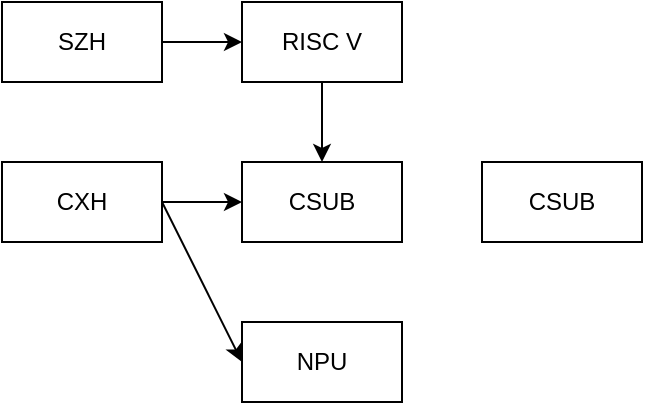
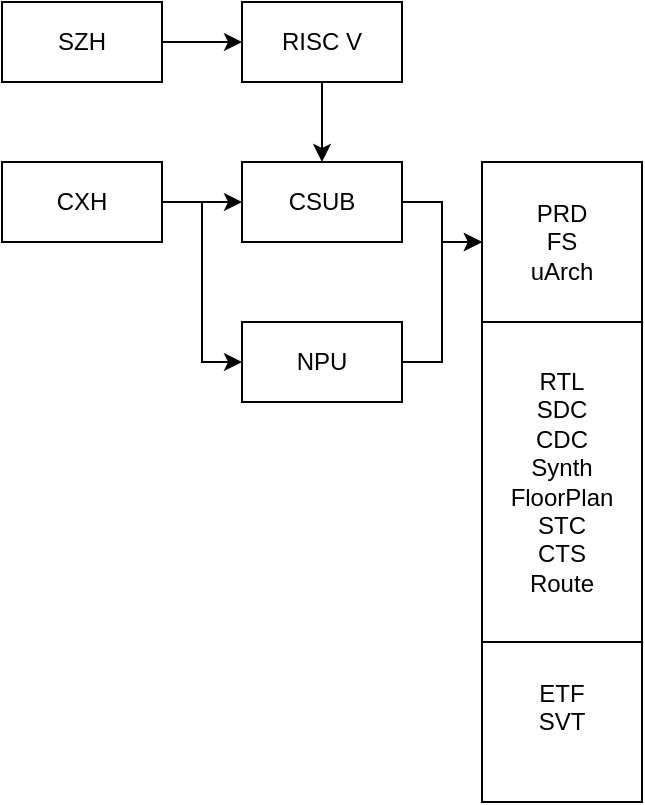
<mxfile host="app.diagrams.net" agent="Mozilla/5.0 (Macintosh; Intel Mac OS X 10_15_7) AppleWebKit/537.36 (KHTML, like Gecko) Chrome/125.0.0.0 Safari/537.36" border="50" scale="3" compressed="false" locked="false">
  <diagram id="YmL12bMKpDGza6XwsDPr" name="第 1 页">
    <mxGraphModel dx="1408" dy="756" grid="1" gridSize="10" guides="1" tooltips="1" connect="1" arrows="1" fold="1" page="0" pageScale="1" pageWidth="827" pageHeight="1169" math="1" shadow="0">
      <root>
        <mxCell id="X5NqExCQtvZxIxQ7pmgY-0" />
        <mxCell id="1" parent="X5NqExCQtvZxIxQ7pmgY-0" />
        <mxCell id="rQvUUtji4W4iaLh92UM--3" edge="1" parent="1" source="rQvUUtji4W4iaLh92UM--1" style="edgeStyle=orthogonalEdgeStyle;rounded=0;orthogonalLoop=1;jettySize=auto;html=1;" target="rQvUUtji4W4iaLh92UM--2" value="">
          <mxGeometry relative="1" as="geometry" />
        </mxCell>
        <mxCell id="rQvUUtji4W4iaLh92UM--1" parent="1" style="rounded=0;whiteSpace=wrap;html=1;" value="SZH" vertex="1">
          <mxGeometry height="40" width="80" x="320" y="320" as="geometry" />
        </mxCell>
        <mxCell id="rQvUUtji4W4iaLh92UM--7" edge="1" parent="1" source="rQvUUtji4W4iaLh92UM--2" style="edgeStyle=orthogonalEdgeStyle;rounded=0;orthogonalLoop=1;jettySize=auto;html=1;" target="rQvUUtji4W4iaLh92UM--5" value="">
          <mxGeometry relative="1" as="geometry" />
        </mxCell>
        <mxCell id="rQvUUtji4W4iaLh92UM--2" parent="1" style="rounded=0;whiteSpace=wrap;html=1;" value="RISC V" vertex="1">
          <mxGeometry height="40" width="80" x="440" y="320" as="geometry" />
        </mxCell>
        <mxCell id="rQvUUtji4W4iaLh92UM--8" edge="1" parent="1" source="rQvUUtji4W4iaLh92UM--4" style="edgeStyle=orthogonalEdgeStyle;rounded=0;orthogonalLoop=1;jettySize=auto;html=1;" target="rQvUUtji4W4iaLh92UM--5" value="">
          <mxGeometry relative="1" as="geometry" />
        </mxCell>
        <mxCell id="rQvUUtji4W4iaLh92UM--4" parent="1" style="rounded=0;whiteSpace=wrap;html=1;" value="CXH" vertex="1">
          <mxGeometry height="40" width="80" x="320" y="400" as="geometry" />
        </mxCell>
+         <mxCell id="rQvUUtji4W4iaLh92UM--14" edge="1" parent="1" source="rQvUUtji4W4iaLh92UM--5" style="edgeStyle=orthogonalEdgeStyle;rounded=0;orthogonalLoop=1;jettySize=auto;html=1;" target="rQvUUtji4W4iaLh92UM--10" value="">
+           <mxGeometry relative="1" as="geometry" />
+         </mxCell>
        <mxCell id="rQvUUtji4W4iaLh92UM--5" parent="1" style="rounded=0;whiteSpace=wrap;html=1;" value="CSUB" vertex="1">
          <mxGeometry height="40" width="80" x="440" y="400" as="geometry" />
+         </mxCell>
+         <mxCell id="rQvUUtji4W4iaLh92UM--15" edge="1" parent="1" source="rQvUUtji4W4iaLh92UM--6" style="edgeStyle=orthogonalEdgeStyle;rounded=0;orthogonalLoop=1;jettySize=auto;html=1;exitX=1;exitY=0.5;exitDx=0;exitDy=0;" value="">
+           <mxGeometry relative="1" as="geometry">
+             <Array as="points">
+               <mxPoint x="540" y="500" />
+               <mxPoint x="540" y="440" />
+             </Array>
+             <mxPoint x="340" y="680" as="sourcePoint" />
+             <mxPoint x="560" y="440" as="targetPoint" />
+           </mxGeometry>
        </mxCell>
        <mxCell id="rQvUUtji4W4iaLh92UM--6" parent="1" style="rounded=0;whiteSpace=wrap;html=1;" value="NPU" vertex="1">
          <mxGeometry height="40" width="80" x="440" y="480" as="geometry" />
        </mxCell>
-         <mxCell id="rQvUUtji4W4iaLh92UM--9" edge="1" parent="1" source="rQvUUtji4W4iaLh92UM--4" style="endArrow=classic;html=1;rounded=0;exitX=1;exitY=0.5;exitDx=0;exitDy=0;entryX=0;entryY=0.5;entryDx=0;entryDy=0;" target="rQvUUtji4W4iaLh92UM--6" value="">
+         <mxCell id="rQvUUtji4W4iaLh92UM--9" edge="1" parent="1" source="rQvUUtji4W4iaLh92UM--4" style="endArrow=classic;html=1;rounded=0;exitX=1;exitY=0.5;exitDx=0;exitDy=0;entryX=0;entryY=0.5;entryDx=0;entryDy=0;edgeStyle=orthogonalEdgeStyle;" target="rQvUUtji4W4iaLh92UM--6" value="">
          <mxGeometry height="50" relative="1" width="50" as="geometry">
            <mxPoint x="390" y="410" as="sourcePoint" />
            <mxPoint x="440" y="360" as="targetPoint" />
          </mxGeometry>
        </mxCell>
-         <mxCell id="rQvUUtji4W4iaLh92UM--10" parent="1" style="rounded=0;whiteSpace=wrap;html=1;" value="CSUB" vertex="1">
-           <mxGeometry height="40" width="80" x="560" y="400" as="geometry" />
+         <mxCell id="rQvUUtji4W4iaLh92UM--13" connectable="0" parent="1" style="group" value="" vertex="1">
+           <mxGeometry height="320" width="80" x="560" y="400" as="geometry" />
+         </mxCell>
+         <mxCell id="rQvUUtji4W4iaLh92UM--10" parent="rQvUUtji4W4iaLh92UM--13" style="rounded=0;whiteSpace=wrap;html=1;" value="PRD&lt;div&gt;FS&lt;/div&gt;&lt;div&gt;uArch&lt;/div&gt;" vertex="1">
+           <mxGeometry height="80" width="80" as="geometry" />
+         </mxCell>
+         <mxCell id="rQvUUtji4W4iaLh92UM--11" parent="rQvUUtji4W4iaLh92UM--13" style="rounded=0;whiteSpace=wrap;html=1;" value="RTL&lt;div&gt;SDC&lt;/div&gt;&lt;div&gt;CDC&lt;/div&gt;&lt;div&gt;Synth&lt;br&gt;FloorPlan&lt;/div&gt;&lt;div&gt;STC&lt;/div&gt;&lt;div&gt;CTS&lt;/div&gt;&lt;div&gt;Route&lt;/div&gt;" vertex="1">
+           <mxGeometry height="160" width="80" y="80" as="geometry" />
+         </mxCell>
+         <mxCell id="rQvUUtji4W4iaLh92UM--12" parent="rQvUUtji4W4iaLh92UM--13" style="rounded=0;whiteSpace=wrap;html=1;" value="ETF&lt;br&gt;SVT&lt;div&gt;&lt;br&gt;&lt;/div&gt;" vertex="1">
+           <mxGeometry height="80" width="80" y="240" as="geometry" />
        </mxCell>
      </root>
    </mxGraphModel>
  </diagram>
</mxfile>
